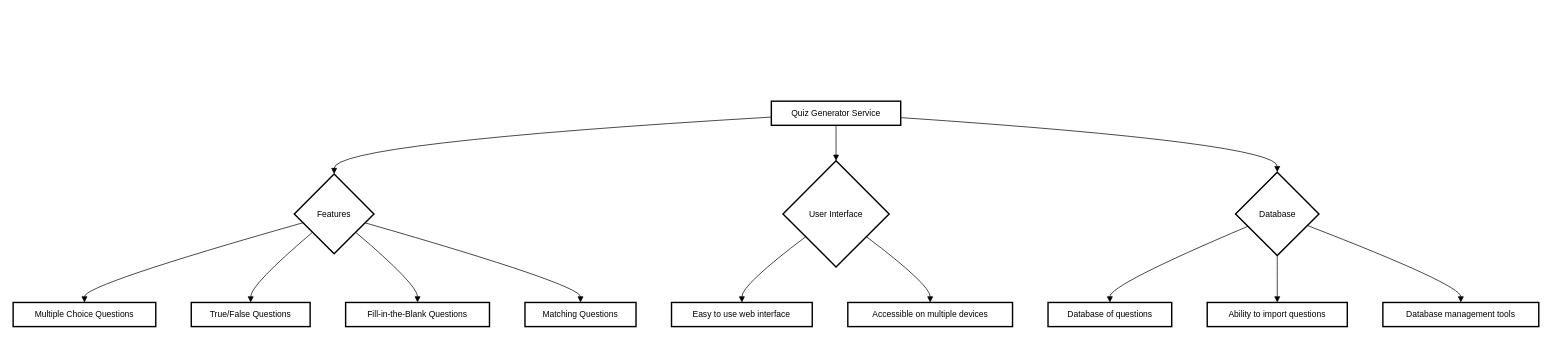
Earlier version of the draw.io diagram general_description.drawio (arkonny/WikipStudy). Source tidied: cells renumbered, new cells numbered last; positions are measured from the earlier drawing's top-left corner, leaving out a move shared by most shapes. Both pictures are drawn from the tidied source at 71%, with x=0, y=0 at pixel (13, 101).
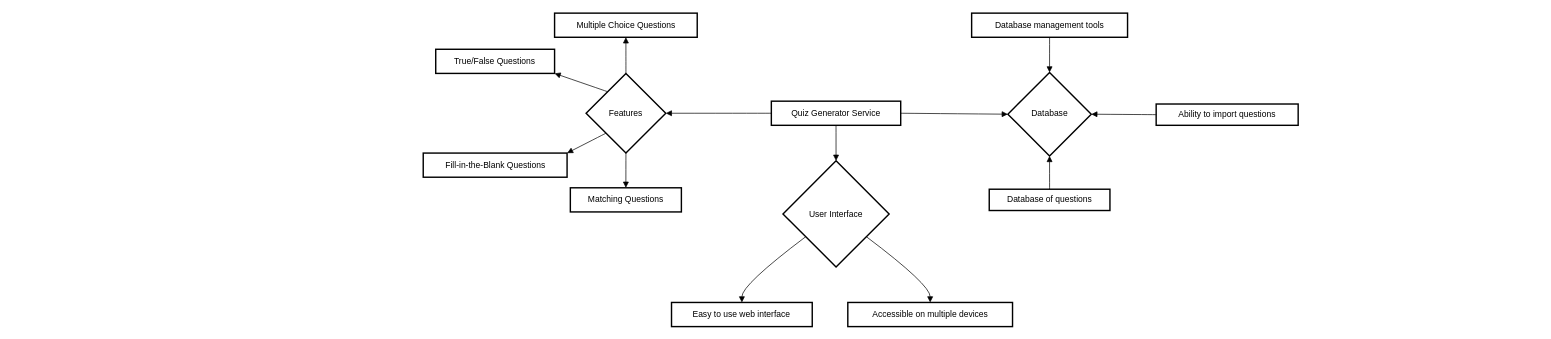
After the change.

Unchanged cells that the change refers to:
```xml
<mxCell id="2" value="Quiz Generator Service" style="whiteSpace=wrap;strokeWidth=2;" parent="1" vertex="1">
  <mxGeometry x="1067.9" width="182.2" height="34" as="geometry" />
</mxCell>
```

The edit, as a diff of the source:
```diff
@@
-    <mxCell id="3" value="Features" style="rhombus;strokeWidth=2;whiteSpace=wrap;" parent="1" vertex="1">
-      <mxGeometry x="396" y="102.7" width="112.2" height="112.2" as="geometry" />
+    <mxCell id="3" value="Features" style="rhombus;strokeWidth=2;whiteSpace=wrap;direction=south;" parent="1" vertex="1">
+      <mxGeometry x="807" y="-39.1" width="112.2" height="112.2" as="geometry" />
     </mxCell>
@@
-    <mxCell id="5" value="Database" style="rhombus;strokeWidth=2;whiteSpace=wrap;" parent="1" vertex="1">
-      <mxGeometry x="1721.7" y="100" width="117.5" height="117.5" as="geometry" />
+    <mxCell id="5" value="Database" style="rhombus;strokeWidth=2;whiteSpace=wrap;direction=north;" parent="1" vertex="1">
+      <mxGeometry x="1401" y="-40.4" width="117.5" height="117.5" as="geometry" />
     </mxCell>
     <mxCell id="6" value="Multiple Choice Questions" style="whiteSpace=wrap;strokeWidth=2;" parent="1" vertex="1">
-      <mxGeometry y="283.5" width="200.9" height="34" as="geometry" />
+      <mxGeometry x="762.6" y="-124" width="200.9" height="34" as="geometry" />
     </mxCell>
     <mxCell id="7" value="True/False Questions" style="whiteSpace=wrap;strokeWidth=2;" parent="1" vertex="1">
-      <mxGeometry x="250.9" y="283.5" width="167.4" height="34" as="geometry" />
+      <mxGeometry x="595.2" y="-73.1" width="167.4" height="34" as="geometry" />
     </mxCell>
     <mxCell id="8" value="Fill-in-the-Blank Questions" style="whiteSpace=wrap;strokeWidth=2;" parent="1" vertex="1">
-      <mxGeometry x="468.3" y="283.5" width="202.6" height="34" as="geometry" />
+      <mxGeometry x="577.6" y="73.1" width="202.6" height="34" as="geometry" />
     </mxCell>
     <mxCell id="9" value="Matching Questions" style="whiteSpace=wrap;strokeWidth=2;" parent="1" vertex="1">
-      <mxGeometry x="720.9" y="283.5" width="156.4" height="34" as="geometry" />
+      <mxGeometry x="784.8" y="122" width="156.4" height="34" as="geometry" />
     </mxCell>
@@
-    <mxCell id="12" value="Database of questions" style="whiteSpace=wrap;strokeWidth=2;" parent="1" vertex="1">
-      <mxGeometry x="1457.6" y="283.5" width="174.2" height="34" as="geometry" />
+    <mxCell id="12" value="Database of questions" style="whiteSpace=wrap;strokeWidth=2;flipH=1;flipV=0;direction=east;" parent="1" vertex="1">
+      <mxGeometry x="1374.8" y="124" width="170" height="30" as="geometry" />
     </mxCell>
-    <mxCell id="13" value="Ability to import questions" style="whiteSpace=wrap;strokeWidth=2;" parent="1" vertex="1">
-      <mxGeometry x="1681.8" y="283.5" width="197.3" height="34" as="geometry" />
+    <mxCell id="13" value="Ability to import questions" style="whiteSpace=wrap;strokeWidth=2;flipH=1;flipV=0;direction=east;" parent="1" vertex="1">
+      <mxGeometry x="1609.9" y="4" width="200" height="30" as="geometry" />
     </mxCell>
-    <mxCell id="14" value="Database management tools" style="whiteSpace=wrap;strokeWidth=2;" parent="1" vertex="1">
-      <mxGeometry x="1929.2" y="283.5" width="219.6" height="34" as="geometry" />
+    <mxCell id="14" value="Database management tools" style="whiteSpace=wrap;strokeWidth=2;flipH=1;flipV=0;direction=west;" parent="1" vertex="1">
+      <mxGeometry x="1350" y="-124" width="219.6" height="34" as="geometry" />
     </mxCell>
-    <mxCell id="15" style="curved=1;startArrow=none;endArrow=block;exitX=0;exitY=0.6592006657774024;entryX=0.5;entryY=0;" parent="1" edge="1" source="2" target="3">
-      <mxGeometry relative="1" as="geometry">
-        <Array as="points">
-          <mxPoint x="452.1" y="59" />
-        </Array>
-      </mxGeometry>
+    <mxCell id="15" style="curved=1;startArrow=none;endArrow=block;exitX=0;exitY=0.5;entryX=0.5;entryY=0;exitDx=0;exitDy=0;" parent="1" edge="1" source="2" target="3">
+      <mxGeometry relative="1" as="geometry" />
     </mxCell>
@@
-    <mxCell id="17" style="curved=1;startArrow=none;endArrow=block;exitX=1;exitY=0.6810930926315033;entryX=0.5;entryY=0;" parent="1" edge="1" source="2" target="5">
-      <mxGeometry relative="1" as="geometry">
-        <Array as="points">
-          <mxPoint x="1780.5" y="59" />
-        </Array>
-      </mxGeometry>
+    <mxCell id="17" style="curved=1;startArrow=none;endArrow=block;exitX=1;exitY=0.5;entryX=0.5;entryY=0;entryDx=0;entryDy=0;exitDx=0;exitDy=0;" parent="1" edge="1" source="2" target="5">
+      <mxGeometry relative="1" as="geometry" />
     </mxCell>
-    <mxCell id="18" style="curved=1;startArrow=none;endArrow=block;exitX=0;exitY=0.641848255895064;entryX=0.5;entryY=0;" parent="1" edge="1" source="3" target="6">
-      <mxGeometry relative="1" as="geometry">
-        <Array as="points">
-          <mxPoint x="100.4" y="258.5" />
-        </Array>
-      </mxGeometry>
+    <mxCell id="18" style="curved=1;startArrow=none;endArrow=block;exitX=0;exitY=0.5;entryX=0.5;entryY=1;exitDx=0;exitDy=0;entryDx=0;entryDy=0;" parent="1" edge="1" source="3" target="6">
+      <mxGeometry relative="1" as="geometry" />
     </mxCell>
-    <mxCell id="19" style="curved=1;startArrow=none;endArrow=block;exitX=0;exitY=0.9244884883335434;entryX=0.5;entryY=0;" parent="1" edge="1" source="3" target="7">
-      <mxGeometry relative="1" as="geometry">
-        <Array as="points">
-          <mxPoint x="334.6" y="258.5" />
-        </Array>
-      </mxGeometry>
+    <mxCell id="19" style="curved=1;startArrow=none;endArrow=block;exitX=0;exitY=0.9244884883335434;entryX=1;entryY=1;entryDx=0;entryDy=0;" parent="1" edge="1" source="3" target="7">
+      <mxGeometry relative="1" as="geometry" />
     </mxCell>
-    <mxCell id="20" style="curved=1;startArrow=none;endArrow=block;exitX=1;exitY=0.9244884883335434;entryX=0.5;entryY=0;" parent="1" edge="1" source="3" target="8">
-      <mxGeometry relative="1" as="geometry">
-        <Array as="points">
-          <mxPoint x="569.6" y="258.5" />
-        </Array>
-      </mxGeometry>
+    <mxCell id="20" style="curved=1;startArrow=none;endArrow=block;exitX=1;exitY=1;entryX=1;entryY=0;entryDx=0;entryDy=0;exitDx=0;exitDy=0;" parent="1" edge="1" source="3" target="8">
+      <mxGeometry relative="1" as="geometry" />
     </mxCell>
-    <mxCell id="21" style="curved=1;startArrow=none;endArrow=block;exitX=1;exitY=0.6437284612433132;entryX=0.5;entryY=0;" parent="1" edge="1" source="3" target="9">
-      <mxGeometry relative="1" as="geometry">
-        <Array as="points">
-          <mxPoint x="799.1" y="258.5" />
-        </Array>
-      </mxGeometry>
+    <mxCell id="21" style="curved=1;startArrow=none;endArrow=block;exitX=1;exitY=0.5;entryX=0.5;entryY=0;exitDx=0;exitDy=0;" parent="1" edge="1" source="3" target="9">
+      <mxGeometry relative="1" as="geometry" />
     </mxCell>
@@
-    <mxCell id="24" style="curved=1;startArrow=none;endArrow=block;exitX=0;exitY=0.7115391391583782;entryX=0.5;entryY=0;" parent="1" edge="1" source="5" target="12">
-      <mxGeometry relative="1" as="geometry">
-        <Array as="points">
-          <mxPoint x="1544.7" y="258.5" />
-        </Array>
-      </mxGeometry>
+    <mxCell id="24" style="curved=1;startArrow=none;endArrow=block;exitX=0.5;exitY=0;entryX=0;entryY=0.5;exitDx=0;exitDy=0;entryDx=0;entryDy=0;" parent="1" edge="1" source="12" target="5">
+      <mxGeometry relative="1" as="geometry" />
     </mxCell>
-    <mxCell id="25" style="curved=1;startArrow=none;endArrow=block;exitX=0.5;exitY=1;entryX=0.5;entryY=0;" parent="1" edge="1" source="5" target="13">
+    <mxCell id="25" style="curved=1;startArrow=none;endArrow=block;exitX=0;exitY=0.5;entryX=0.5;entryY=1;exitDx=0;exitDy=0;entryDx=0;entryDy=0;" parent="1" edge="1" source="13" target="5">
       <mxGeometry relative="1" as="geometry" />
     </mxCell>
-    <mxCell id="26" style="curved=1;startArrow=none;endArrow=block;exitX=1;exitY=0.6929748174634693;entryX=0.5;entryY=0;" parent="1" edge="1" source="5" target="14">
-      <mxGeometry relative="1" as="geometry">
-        <Array as="points">
-          <mxPoint x="2039" y="258.5" />
-        </Array>
-      </mxGeometry>
+    <mxCell id="26" style="curved=1;startArrow=none;endArrow=block;exitX=0.5;exitY=0;entryX=1;entryY=0.5;exitDx=0;exitDy=0;entryDx=0;entryDy=0;" parent="1" edge="1" source="14" target="5">
+      <mxGeometry relative="1" as="geometry" />
     </mxCell>
```
